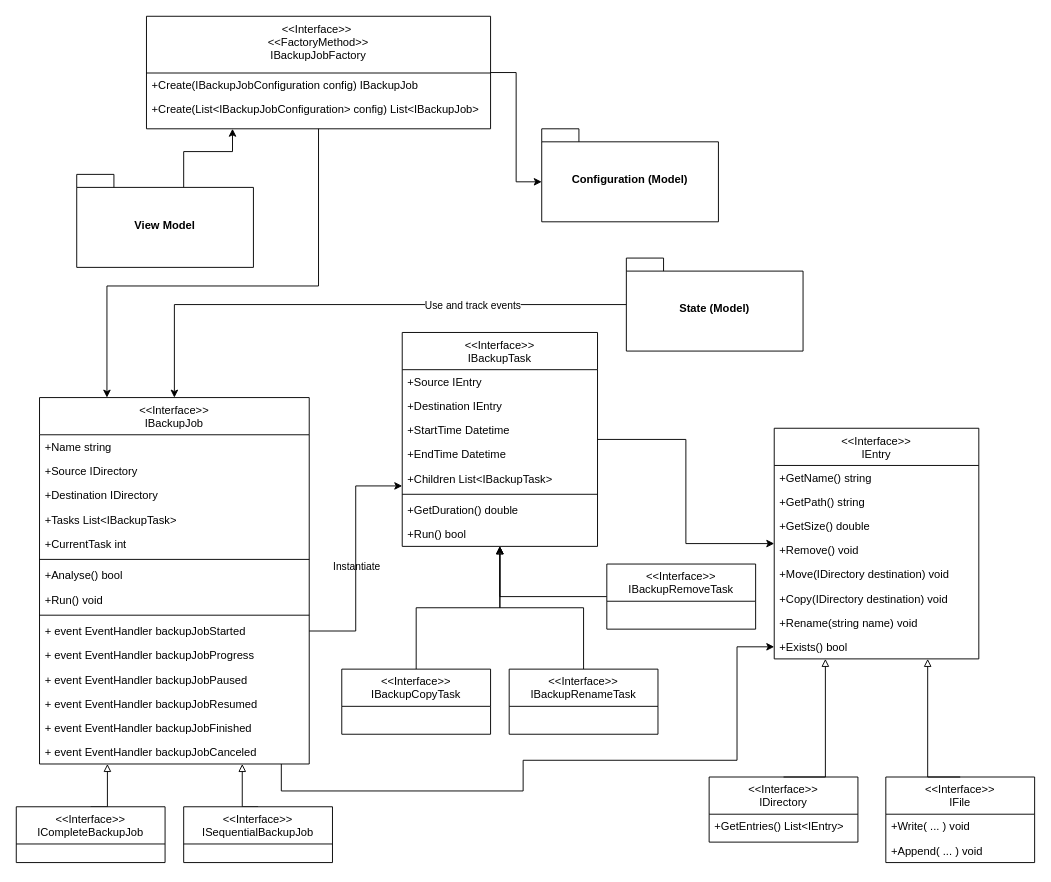
The draw.io diagram page "JOB (MODEL)" (6 of 7) of Doc/v1.0/Diagrams/Source Files/ClassDiagram.drawio in CESI-ORLEANS-INGE/ProjetGenieLogicielGroupe1, before the edit. Source tidied: cells renumbered, new cells numbered last; positions are measured from the earlier drawing's top-left corner, leaving out a move shared by most shapes. Both pictures are drawn from the tidied source at 93%, with x=0, y=0 at pixel (16, 16).
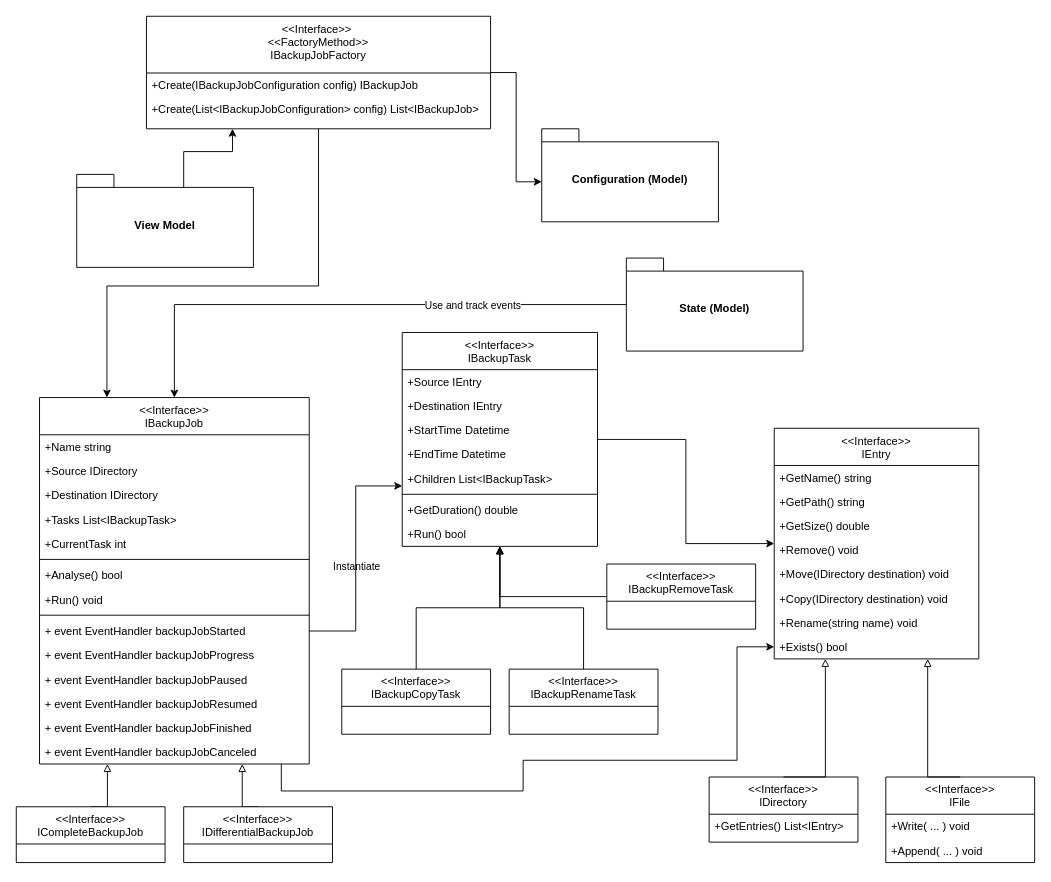
The same diagram, later.

The edit, as a diff of the source:
```diff
@@
-    <mxCell id="5" value="&lt;&lt;Interface&gt;&gt;&#10;ISequentialBackupJob" style="swimlane;fontStyle=0;align=center;verticalAlign=top;horizontal=1;startSize=40;rounded=0;shadow=0;strokeWidth=1;" parent="1" vertex="1">
+    <mxCell id="5" value="&lt;&lt;Interface&gt;&gt;&#10;IDifferentialBackupJob" style="swimlane;fontStyle=0;align=center;verticalAlign=top;horizontal=1;startSize=40;rounded=0;shadow=0;strokeWidth=1;" parent="1" vertex="1">
       <mxGeometry x="180" y="850" width="160" height="60" as="geometry" />
     </mxCell>
```
